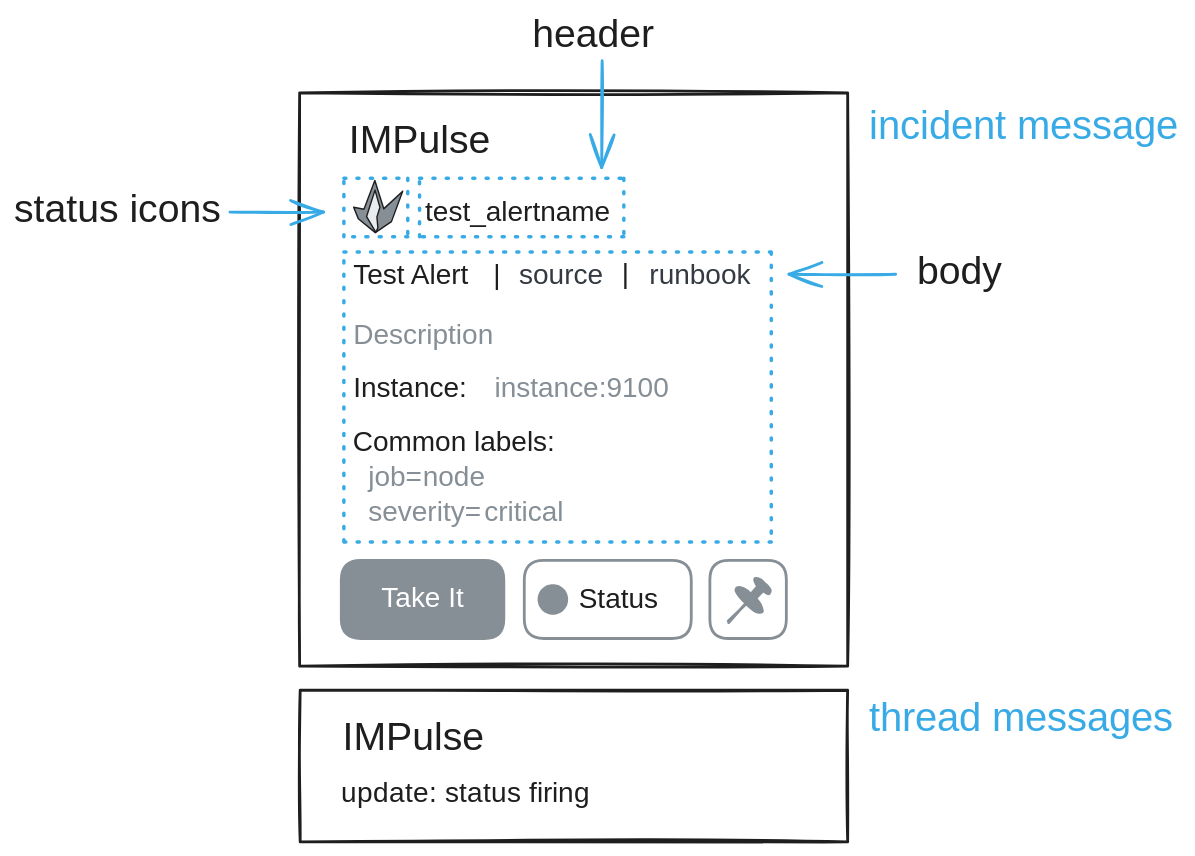
Earlier version of the Excalidraw export docs/content/media/impulse_telegram_message_structure.excalidraw.svg (eslupmi/impulse). Source tidied: one line per element, renumbered; positions are measured from the earlier drawing's top-left corner, leaving out a move shared by most shapes.
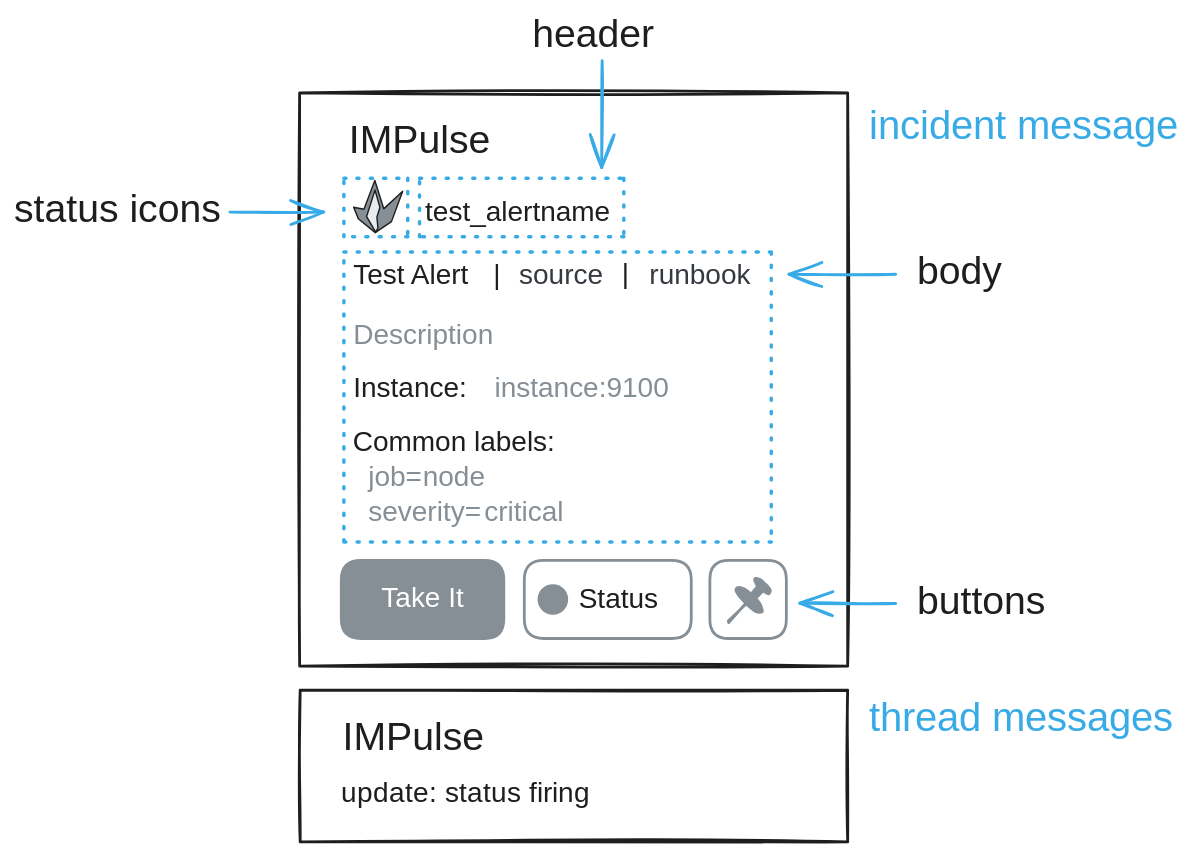
Above is the later version.

Commit message:
Update message_structure picures, move buttons.md to incident.md, fix `unknown` status text

The edit, as a diff of the source:
```diff
@@ -40,3 +40,5 @@
 {"id": 39, "type": "text", "text": "update: status firing", "strokeColor": "#1e1e1e", "strokeWidth": 2, "roughness": 1, "fontSize": 20, "fontFamily": 6, "x": 234, "y": 543, "width": 180, "height": 27}
 {"id": 40, "type": "text", "text": "incident message", "strokeColor": "#38abe6", "strokeWidth": 2, "roughness": 1, "fontSize": 28.39, "fontFamily": 6, "x": 611, "y": 60, "width": 223, "height": 38}
 {"id": 41, "type": "text", "text": "thread messages", "strokeColor": "#38abe6", "strokeWidth": 2, "roughness": 1, "fontSize": 28.39, "fontFamily": 6, "x": 611, "y": 484, "width": 219, "height": 38}
+{"id": 42, "type": "text", "text": "buttons", "strokeColor": "#1e1e1e", "strokeWidth": 2, "roughness": 0, "fontSize": 28, "fontFamily": 2, "x": 645, "y": 405, "width": 92, "height": 32}
+{"id": 43, "type": "arrow", "strokeColor": "#38abe6", "strokeWidth": 2, "roughness": 1, "endArrowhead": "arrow", "from": 42, "x": 630, "y": 421, "width": 68, "height": 0, "points": [[0, 0], [-68, 0]]}
```
